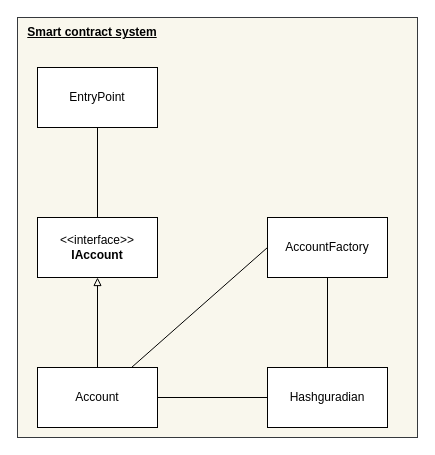
phamhongphuc1999/account-abstraction-app keeps this draw.io diagram as page "smart-contract-system" (15 of 24) of documents/master.drawio. Above is the earlier version. Source tidied: cells renumbered, new cells numbered last; positions are measured from the earlier drawing's top-left corner, leaving out a move shared by most shapes. Both pictures are drawn from the tidied source at 100%, with x=0, y=0 at pixel (17, 17).
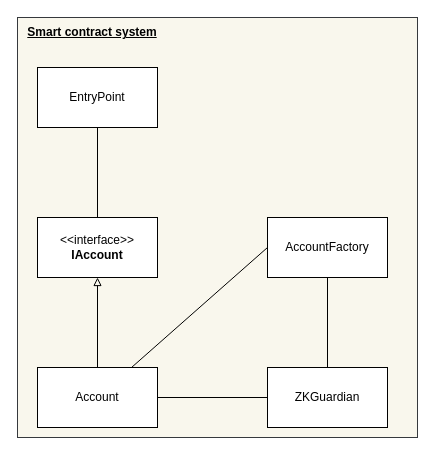
Above is the later version.

Diff of the diagram source:
```diff
@@
 <mxGraphModel>
   <root>
     <mxCell id="0" />
     <mxCell id="1" parent="0" />
     <mxCell id="2" style="rounded=0;whiteSpace=wrap;html=1;fillColor=#f9f7ed;strokeColor=#36393d;" parent="1" vertex="1">
       <mxGeometry width="400" height="420" as="geometry" />
     </mxCell>
     <mxCell id="3" style="edgeStyle=orthogonalEdgeStyle;rounded=0;jettySize=auto;html=1;endArrow=none;endFill=0;" parent="1" edge="1" source="4" target="12">
       <mxGeometry relative="1" as="geometry" />
     </mxCell>
     <mxCell id="4" value="EntryPoint" style="rounded=0;whiteSpace=wrap;html=1;" parent="1" vertex="1">
       <mxGeometry x="20" y="50" width="120" height="60" as="geometry" />
     </mxCell>
     <mxCell id="5" value="AccountFactory" style="rounded=0;whiteSpace=wrap;html=1;" parent="1" vertex="1">
       <mxGeometry x="250" y="200" width="120" height="60" as="geometry" />
     </mxCell>
     <mxCell id="6" style="rounded=0;jettySize=auto;html=1;entryX=0;entryY=0.5;entryDx=0;entryDy=0;endArrow=none;endFill=0;" parent="1" edge="1" source="9" target="5">
       <mxGeometry relative="1" as="geometry" />
     </mxCell>
     <mxCell id="7" style="rounded=0;jettySize=auto;html=1;entryX=0;entryY=0.5;entryDx=0;entryDy=0;endArrow=none;endFill=0;" parent="1" edge="1" source="9" target="11">
       <mxGeometry relative="1" as="geometry" />
     </mxCell>
     <mxCell id="8" style="edgeStyle=orthogonalEdgeStyle;rounded=0;jettySize=auto;html=1;endArrow=block;endFill=0;" parent="1" edge="1" source="9" target="12">
       <mxGeometry relative="1" as="geometry" />
     </mxCell>
     <mxCell id="9" value="Account" style="rounded=0;whiteSpace=wrap;html=1;" parent="1" vertex="1">
       <mxGeometry x="20" y="350" width="120" height="60" as="geometry" />
     </mxCell>
     <mxCell id="10" style="rounded=0;jettySize=auto;html=1;endArrow=none;endFill=0;" parent="1" edge="1" source="11" target="5">
       <mxGeometry relative="1" as="geometry" />
     </mxCell>
-    <mxCell id="11" value="Hashguradian" style="rounded=0;whiteSpace=wrap;html=1;" parent="1" vertex="1">
+    <mxCell id="11" value="ZKGuardian" style="rounded=0;whiteSpace=wrap;html=1;" parent="1" vertex="1">
       <mxGeometry x="250" y="350" width="120" height="60" as="geometry" />
     </mxCell>
     <mxCell id="12" value="&amp;lt;&amp;lt;interface&amp;gt;&amp;gt;&lt;div&gt;&lt;b&gt;IAccount&lt;/b&gt;&lt;/div&gt;" style="rounded=0;whiteSpace=wrap;html=1;" parent="1" vertex="1">
       <mxGeometry x="20" y="200" width="120" height="60" as="geometry" />
     </mxCell>
     <mxCell id="13" value="Smart contract system" style="text;html=1;align=center;verticalAlign=middle;whiteSpace=wrap;rounded=0;fontStyle=5;" parent="1" vertex="1">
       <mxGeometry width="150" height="30" as="geometry" />
     </mxCell>
   </root>
 </mxGraphModel>
```
